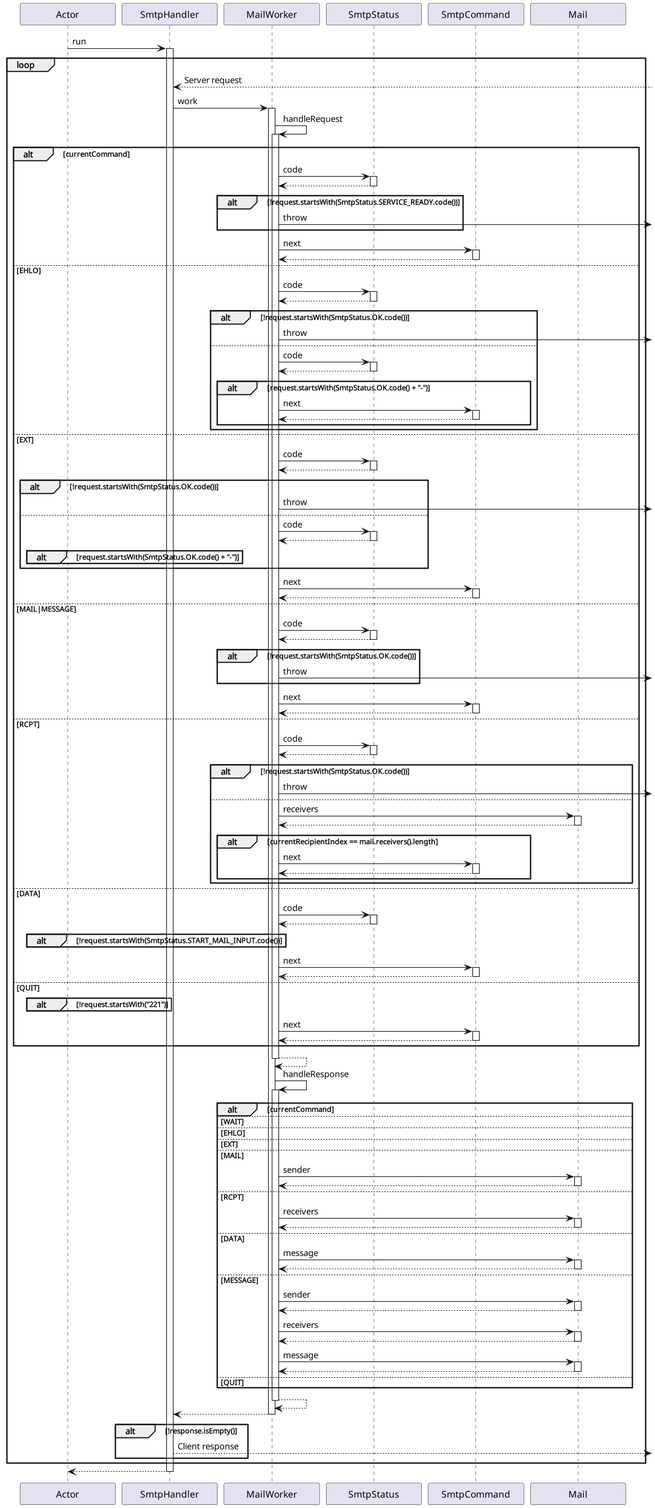
a-mango/dai-lab-smtp keeps this PlantUML diagram as doc/sequence_diagram_handler.png. Above is the earlier version.
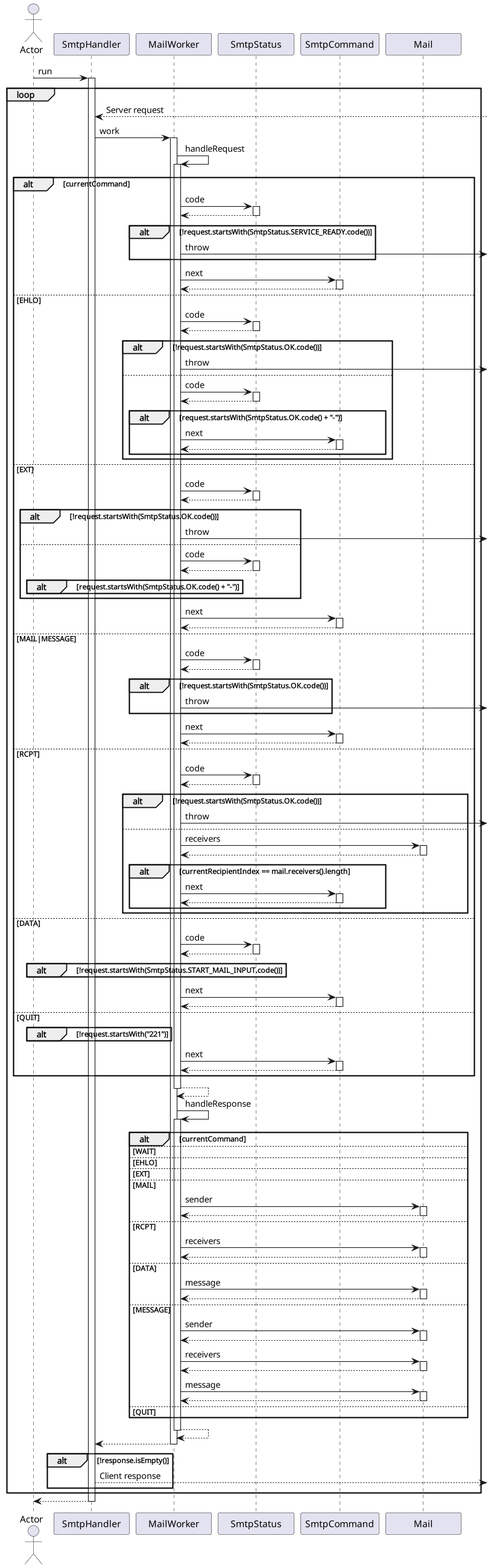
Later version of the same file.

Commit message:
fix: wrong actor icon in handler sequence diagram

What changed in the source:
```diff
@@ -1,6 +1,6 @@
 @startuml
-skinparam MinClassWidth 130
-participant Actor
+skinparam MinClassWidth 100
+actor Actor
 Actor -> SmtpHandler : run
 activate SmtpHandler
 loop
```
